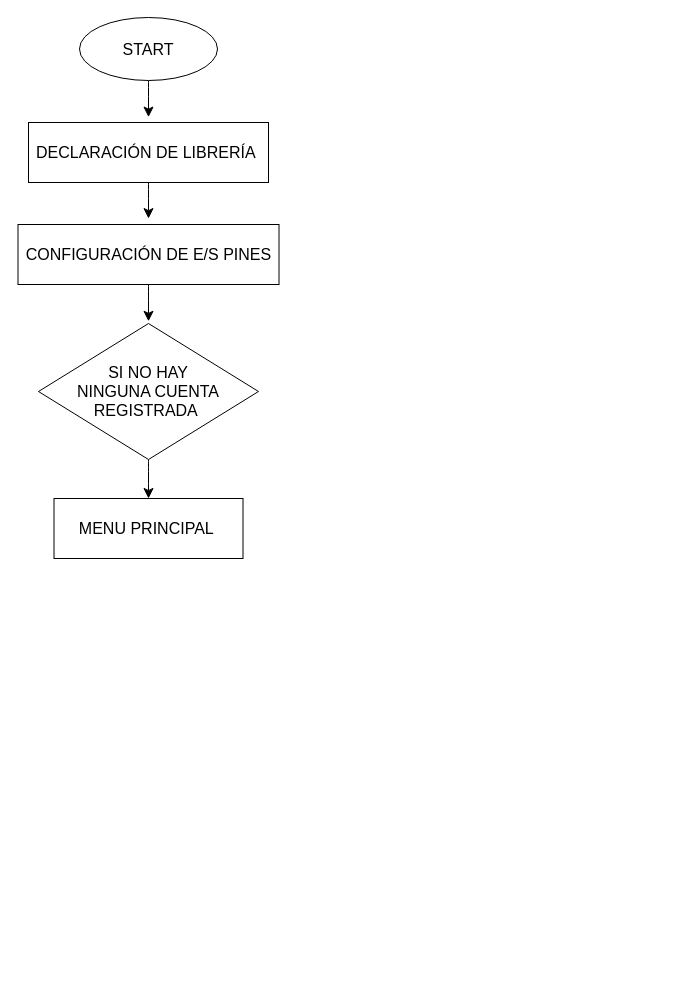
Before: Diagrama sin título.drawio in JoseRizo76/esp32, a draw.io diagram. Source tidied: cells renumbered, new cells numbered last; positions are measured from the earlier drawing's top-left corner, leaving out a move shared by most shapes. Both pictures are drawn from the tidied source at 100%, with x=0, y=0 at pixel (18, 17).
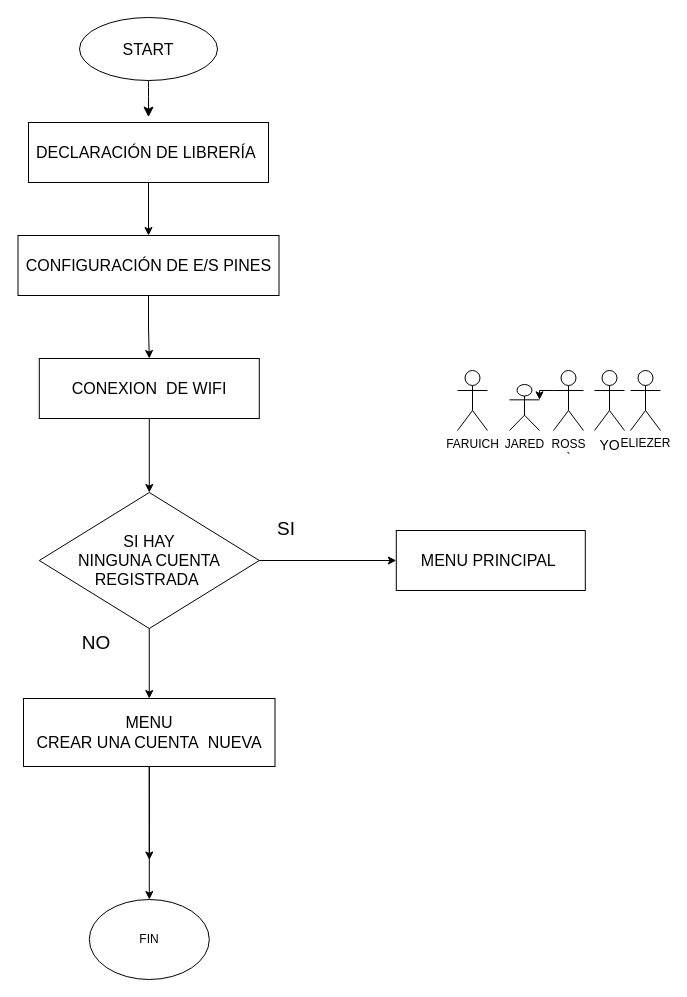
The same page after the edit.

Unchanged cells that the change refers to:
```xml
<mxCell id="5" value="DECLARACIÓN DE LIBRERÍA&amp;nbsp;" style="whiteSpace=wrap;html=1;fontSize=16;" parent="1" vertex="1">
  <mxGeometry x="10" y="105" width="240" height="60" as="geometry" />
</mxCell>
```

Change to the diagram source:
```diff
@@
-    <mxCell id="4" style="edgeStyle=none;curved=1;rounded=0;jettySize=auto;html=1;fontSize=12;startSize=8;endSize=8;" parent="1" edge="1" source="5">
-      <mxGeometry relative="1" as="geometry">
-        <mxPoint x="130" y="201.1" as="targetPoint" />
-      </mxGeometry>
-    </mxCell>
+    <mxCell id="12" style="edgeStyle=orthogonalEdgeStyle;rounded=0;jettySize=auto;html=1;" parent="1" edge="1" source="5" target="7">
+      <mxGeometry relative="1" as="geometry" />
+    </mxCell>
@@
-    <mxCell id="6" style="edgeStyle=none;curved=1;rounded=0;jettySize=auto;html=1;fontSize=12;startSize=8;endSize=8;" parent="1" edge="1" source="7">
-      <mxGeometry relative="1" as="geometry">
-        <mxPoint x="130" y="303.8" as="targetPoint" />
-      </mxGeometry>
-    </mxCell>
+    <mxCell id="13" style="edgeStyle=orthogonalEdgeStyle;rounded=0;jettySize=auto;html=1;" parent="1" edge="1" source="7" target="21">
+      <mxGeometry relative="1" as="geometry" />
+    </mxCell>
     <mxCell id="7" value="CONFIGURACIÓN DE E/S PINES" style="whiteSpace=wrap;html=1;fontSize=16;" parent="1" vertex="1">
-      <mxGeometry x="-0.5" y="207" width="261" height="60" as="geometry" />
+      <mxGeometry x="-0.5" y="218" width="261" height="60" as="geometry" />
     </mxCell>
     <mxCell id="8" style="edgeStyle=none;curved=1;rounded=0;jettySize=auto;html=1;fontSize=12;startSize=8;endSize=8;" parent="1" edge="1" source="10">
       <mxGeometry relative="1" as="geometry">
-        <mxPoint x="157.5" y="344" as="targetPoint" />
+        <mxPoint x="158.2" y="505" as="targetPoint" />
       </mxGeometry>
     </mxCell>
-    <mxCell id="9" style="edgeStyle=none;curved=1;rounded=0;jettySize=auto;html=1;entryX=0.5;entryY=0;entryDx=0;entryDy=0;fontSize=12;startSize=8;endSize=8;" parent="1" edge="1" source="10" target="11">
+    <mxCell id="9" style="edgeStyle=orthogonalEdgeStyle;rounded=0;jettySize=auto;html=1;entryX=0;entryY=0.5;entryDx=0;entryDy=0;" parent="1" edge="1" source="10" target="11">
       <mxGeometry relative="1" as="geometry" />
     </mxCell>
+    <mxCell id="14" style="edgeStyle=orthogonalEdgeStyle;rounded=0;jettySize=auto;html=1;entryX=0.5;entryY=0;entryDx=0;entryDy=0;" parent="1" edge="1" source="10" target="19">
+      <mxGeometry relative="1" as="geometry" />
+    </mxCell>
-    <mxCell id="10" value="SI NO HAY &lt;br&gt;NINGUNA CUENTA REGISTRADA&amp;nbsp;" style="rhombus;whiteSpace=wrap;html=1;fontSize=16;" parent="1" vertex="1">
-      <mxGeometry x="20" y="306" width="220" height="136" as="geometry" />
+    <mxCell id="10" value="SI HAY &lt;br&gt;NINGUNA CUENTA REGISTRADA&amp;nbsp;" style="rhombus;whiteSpace=wrap;html=1;fontSize=16;" parent="1" vertex="1">
+      <mxGeometry x="20.8" y="475" width="220" height="136" as="geometry" />
     </mxCell>
     <mxCell id="11" value="MENU PRINCIPAL&amp;nbsp;" style="whiteSpace=wrap;html=1;fontSize=16;" parent="1" vertex="1">
-      <mxGeometry x="35.5" y="481" width="189" height="60" as="geometry" />
+      <mxGeometry x="377.8" y="513" width="189" height="60" as="geometry" />
     </mxCell>
+    <mxCell id="15" value="SI" style="text;html=1;strokeColor=none;fillColor=none;align=center;verticalAlign=middle;whiteSpace=wrap;rounded=0;fontSize=19;" parent="1" vertex="1">
+      <mxGeometry x="237.8" y="497" width="60" height="30" as="geometry" />
+    </mxCell>
+    <mxCell id="16" value="NO&lt;br&gt;" style="text;html=1;strokeColor=none;fillColor=none;align=center;verticalAlign=middle;whiteSpace=wrap;rounded=0;fontSize=19;" parent="1" vertex="1">
+      <mxGeometry x="47.8" y="611" width="60" height="30" as="geometry" />
+    </mxCell>
+    <mxCell id="17" style="edgeStyle=orthogonalEdgeStyle;rounded=0;jettySize=auto;html=1;entryX=0.5;entryY=0;entryDx=0;entryDy=0;" parent="1" edge="1" source="19" target="28">
+      <mxGeometry relative="1" as="geometry" />
+    </mxCell>
+    <mxCell id="18" style="rounded=0;jettySize=auto;html=1;" parent="1" edge="1" source="19">
+      <mxGeometry relative="1" as="geometry">
+        <mxPoint x="130.8" y="842.5" as="targetPoint" />
+      </mxGeometry>
+    </mxCell>
+    <mxCell id="19" value="&lt;font style=&quot;font-size: 16px;&quot;&gt;MENU &lt;br&gt;CREAR UNA CUENTA&amp;nbsp; NUEVA&lt;/font&gt;" style="rounded=0;whiteSpace=wrap;html=1;" parent="1" vertex="1">
+      <mxGeometry x="5" y="681" width="251.5" height="68" as="geometry" />
+    </mxCell>
+    <mxCell id="20" style="edgeStyle=orthogonalEdgeStyle;rounded=0;jettySize=auto;html=1;" parent="1" edge="1" source="21" target="10">
+      <mxGeometry relative="1" as="geometry" />
+    </mxCell>
+    <mxCell id="21" value="CONEXION&amp;nbsp; DE WIFI" style="whiteSpace=wrap;html=1;fontSize=16;" parent="1" vertex="1">
+      <mxGeometry x="20.8" y="341" width="220" height="60" as="geometry" />
+    </mxCell>
+    <mxCell id="22" value="FARUICH" style="shape=umlActor;verticalLabelPosition=bottom;verticalAlign=top;html=1;" parent="1" vertex="1">
+      <mxGeometry x="439" y="353" width="30" height="60" as="geometry" />
+    </mxCell>
+    <mxCell id="23" value="JARED&lt;br&gt;" style="shape=umlActor;verticalLabelPosition=bottom;verticalAlign=top;html=1;outlineConnect=0;" parent="1" vertex="1">
+      <mxGeometry x="491" y="367" width="30" height="46" as="geometry" />
+    </mxCell>
+    <mxCell id="24" value="ROSS&lt;br&gt;`" style="shape=umlActor;verticalLabelPosition=bottom;verticalAlign=top;html=1;outlineConnect=0;" parent="1" vertex="1">
+      <mxGeometry x="535" y="353" width="30" height="60" as="geometry" />
+    </mxCell>
+    <mxCell id="25" value="YO" style="shape=umlActor;verticalLabelPosition=bottom;verticalAlign=top;html=1;fontSize=14;" parent="1" vertex="1">
+      <mxGeometry x="576" y="353" width="30" height="60" as="geometry" />
+    </mxCell>
+    <mxCell id="26" value="ELIEZER&lt;br&gt;" style="shape=umlActor;verticalLabelPosition=bottom;verticalAlign=top;html=1;labelBackgroundColor=none;spacing=1;" parent="1" vertex="1">
+      <mxGeometry x="612" y="353" width="30" height="60" as="geometry" />
+    </mxCell>
+    <mxCell id="27" style="edgeStyle=orthogonalEdgeStyle;rounded=0;jettySize=auto;html=1;exitX=0;exitY=0.3333333333333333;exitDx=0;exitDy=0;exitPerimeter=0;entryX=1;entryY=0.3333333333333333;entryDx=0;entryDy=0;entryPerimeter=0;" parent="1" edge="1" source="24" target="23">
+      <mxGeometry relative="1" as="geometry" />
+    </mxCell>
+    <mxCell id="28" value="FIN" style="ellipse;whiteSpace=wrap;html=1;" parent="1" vertex="1">
+      <mxGeometry x="70.8" y="882" width="120" height="80" as="geometry" />
+    </mxCell>
```
